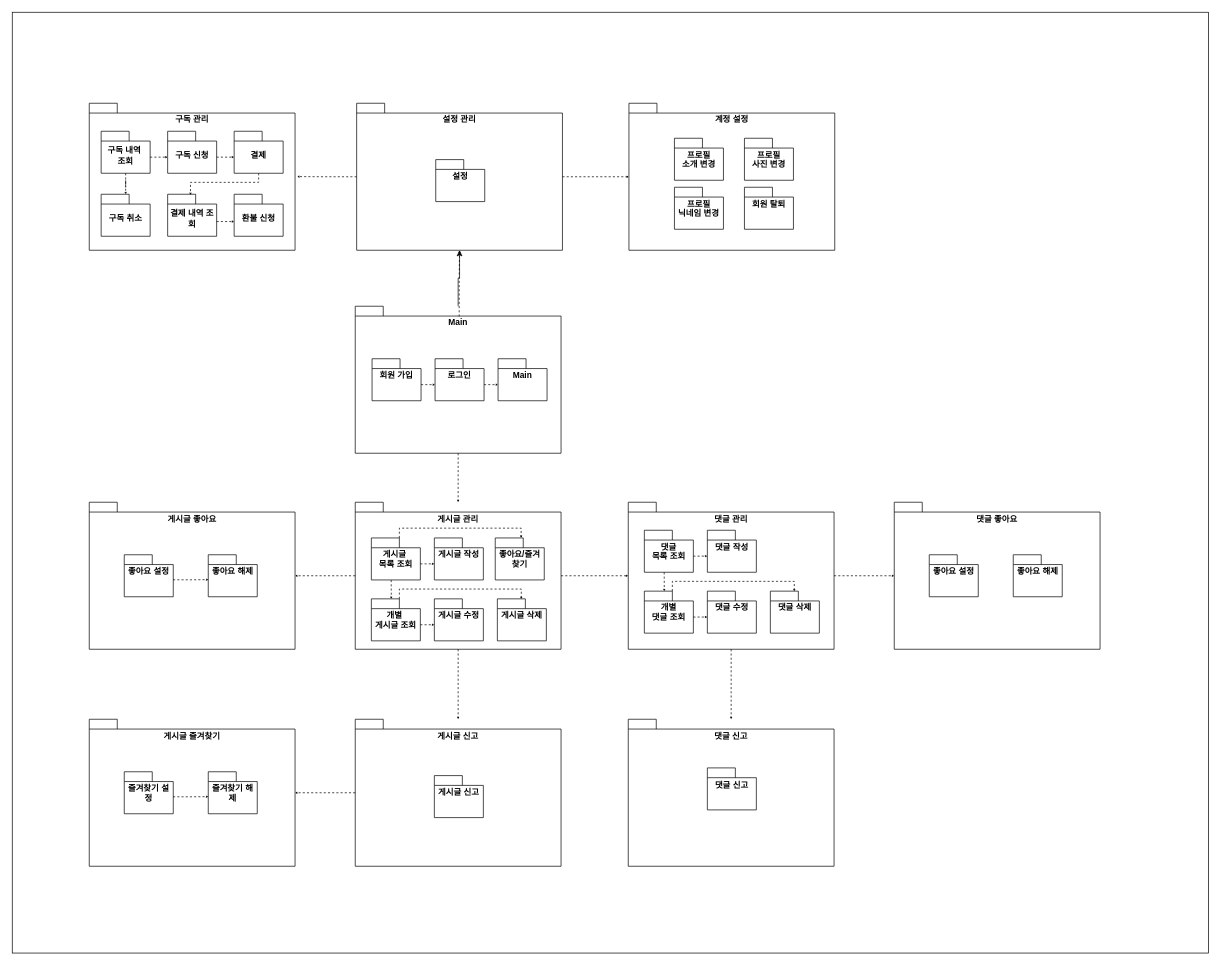
Earlier version of the draw.io diagram sloweat/sloweat_package_structure(user).drawio (his8457/diagram). Source tidied: cells renumbered, new cells numbered last; positions are measured from the earlier drawing's top-left corner, leaving out a move shared by most shapes. Both pictures are drawn from the tidied source at 70%, with x=0, y=0 at pixel (12, 12).
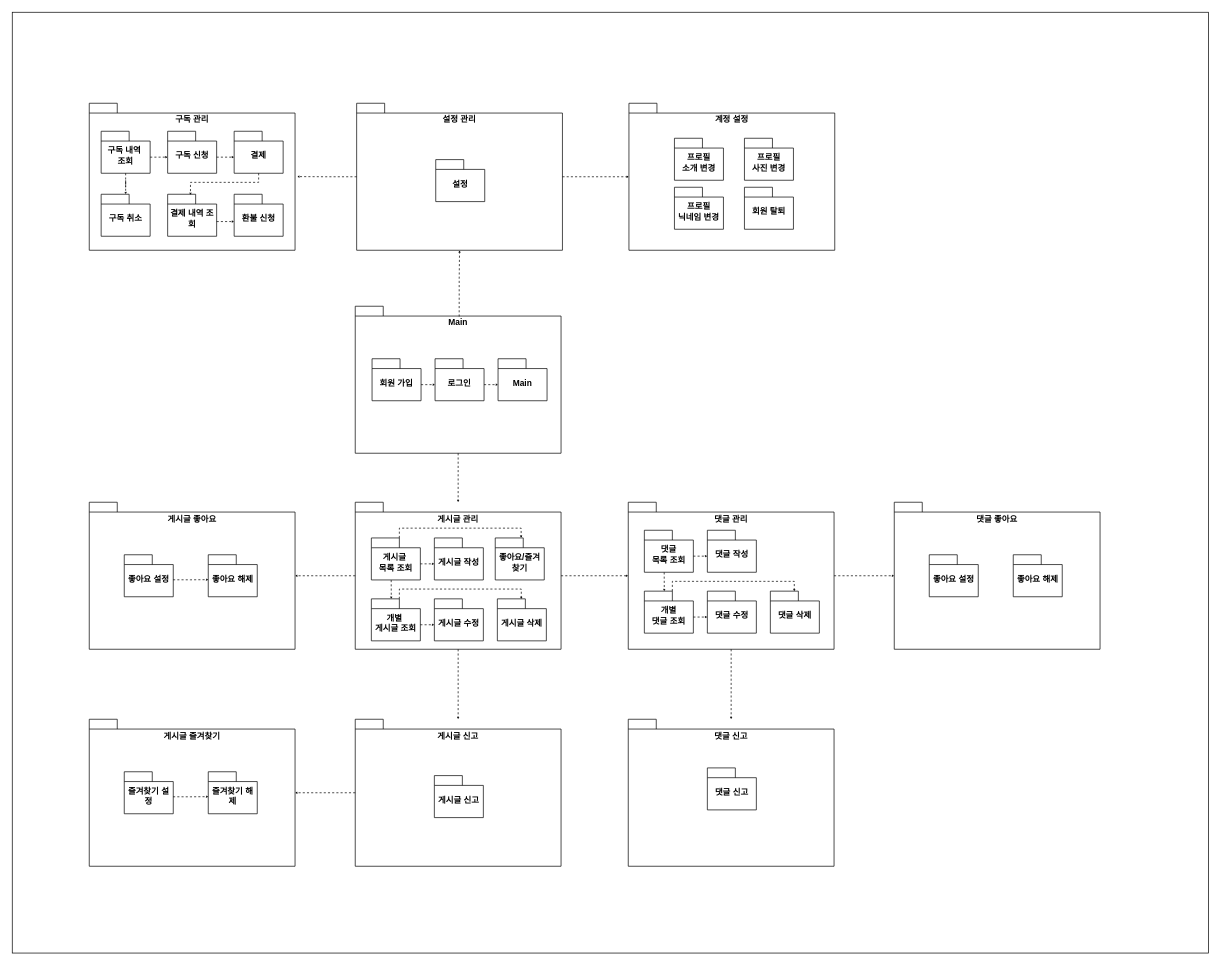
The same page after the edit.

The change refers to these unchanged cells:
```xml
<mxCell id="29" value="Main" style="shape=folder;fontStyle=1;spacingTop=10;tabWidth=40;tabHeight=14;tabPosition=left;html=1;whiteSpace=wrap;verticalAlign=top;strokeColor=light-dark(#000000,#000000);align=center;fontFamily=Helvetica;fontSize=12;fontColor=light-dark(#000000,#000000);fillColor=none;" parent="1" vertex="1">
  <mxGeometry x="490" y="420" width="294" height="210" as="geometry" />
</mxCell>
<mxCell id="54" value="설정 관리" style="shape=folder;fontStyle=1;spacingTop=10;tabWidth=40;tabHeight=14;tabPosition=left;html=1;whiteSpace=wrap;verticalAlign=top;strokeColor=light-dark(#000000,#000000);fontColor=light-dark(#000000,#000000);fillColor=none;align=center;fontFamily=Helvetica;fontSize=12;" parent="1" vertex="1">
  <mxGeometry x="492" y="130" width="294" height="210" as="geometry" />
</mxCell>
```

Diff of the diagram source:
```diff
@@
+    <mxCell id="47" value="댓글 좋아요" style="shape=folder;fontStyle=1;spacingTop=10;tabWidth=40;tabHeight=14;tabPosition=left;html=1;whiteSpace=wrap;verticalAlign=top;strokeColor=light-dark(#000000,#000000);align=center;fontFamily=Helvetica;fontSize=12;fontColor=light-dark(#000000,#000000);fillColor=none;" parent="1" vertex="1">
+      <mxGeometry x="1260" y="700" width="294" height="210" as="geometry" />
+    </mxCell>
@@
-    <mxCell id="7" value="게시글&amp;nbsp;&lt;div&gt;목록 조회&lt;/div&gt;" style="shape=folder;fontStyle=1;spacingTop=10;tabWidth=40;tabHeight=14;tabPosition=left;html=1;whiteSpace=wrap;verticalAlign=top;fontSize=12;strokeColor=light-dark(#000000,#000000);align=center;fontFamily=Helvetica;fontColor=light-dark(#000000,#000000);fillColor=none;" parent="1" vertex="1">
+    <mxCell id="7" value="게시글&amp;nbsp;&lt;div&gt;목록 조회&lt;/div&gt;" style="shape=folder;fontStyle=1;spacingTop=10;tabWidth=40;tabHeight=14;tabPosition=left;html=1;whiteSpace=wrap;verticalAlign=middle;fontSize=12;strokeColor=light-dark(#000000,#000000);align=center;fontFamily=Helvetica;fontColor=light-dark(#000000,#000000);fillColor=none;" parent="1" vertex="1">
       <mxGeometry x="513" y="751" width="70" height="60" as="geometry" />
     </mxCell>
-    <mxCell id="8" value="게시글 작성" style="shape=folder;fontStyle=1;spacingTop=10;tabWidth=40;tabHeight=14;tabPosition=left;html=1;whiteSpace=wrap;verticalAlign=top;fontSize=12;strokeColor=light-dark(#000000,#000000);align=center;fontFamily=Helvetica;fontColor=light-dark(#000000,#000000);fillColor=none;" parent="1" vertex="1">
+    <mxCell id="8" value="게시글 작성" style="shape=folder;fontStyle=1;spacingTop=10;tabWidth=40;tabHeight=14;tabPosition=left;html=1;whiteSpace=wrap;verticalAlign=middle;fontSize=12;strokeColor=light-dark(#000000,#000000);align=center;fontFamily=Helvetica;fontColor=light-dark(#000000,#000000);fillColor=none;" parent="1" vertex="1">
       <mxGeometry x="603" y="751" width="70" height="60" as="geometry" />
     </mxCell>
-    <mxCell id="9" value="게시글 수정" style="shape=folder;fontStyle=1;spacingTop=10;tabWidth=40;tabHeight=14;tabPosition=left;html=1;whiteSpace=wrap;verticalAlign=top;fontSize=12;strokeColor=light-dark(#000000,#000000);align=center;fontFamily=Helvetica;fontColor=light-dark(#000000,#000000);fillColor=none;" parent="1" vertex="1">
+    <mxCell id="9" value="게시글 수정" style="shape=folder;fontStyle=1;spacingTop=10;tabWidth=40;tabHeight=14;tabPosition=left;html=1;whiteSpace=wrap;verticalAlign=middle;fontSize=12;strokeColor=light-dark(#000000,#000000);align=center;fontFamily=Helvetica;fontColor=light-dark(#000000,#000000);fillColor=none;" parent="1" vertex="1">
       <mxGeometry x="603" y="838" width="70" height="60" as="geometry" />
     </mxCell>
-    <mxCell id="10" value="개별&amp;nbsp;&lt;div&gt;게시글&amp;nbsp;&lt;span style=&quot;background-color: transparent; color: light-dark(rgb(0, 0, 0), rgb(255, 255, 255));&quot;&gt;조회&lt;/span&gt;&lt;/div&gt;" style="shape=folder;fontStyle=1;spacingTop=10;tabWidth=40;tabHeight=14;tabPosition=left;html=1;whiteSpace=wrap;verticalAlign=top;fontSize=12;strokeColor=light-dark(#000000,#000000);align=center;fontFamily=Helvetica;fontColor=light-dark(#000000,#000000);fillColor=none;" parent="1" vertex="1">
+    <mxCell id="10" value="개별&amp;nbsp;&lt;div&gt;게시글&amp;nbsp;&lt;span style=&quot;background-color: transparent; color: light-dark(rgb(0, 0, 0), rgb(255, 255, 255));&quot;&gt;조회&lt;/span&gt;&lt;/div&gt;" style="shape=folder;fontStyle=1;spacingTop=10;tabWidth=40;tabHeight=14;tabPosition=left;html=1;whiteSpace=wrap;verticalAlign=middle;fontSize=12;strokeColor=light-dark(#000000,#000000);align=center;fontFamily=Helvetica;fontColor=light-dark(#000000,#000000);fillColor=none;" parent="1" vertex="1">
       <mxGeometry x="513" y="838" width="70" height="60" as="geometry" />
     </mxCell>
-    <mxCell id="11" value="게시글 삭제" style="shape=folder;fontStyle=1;spacingTop=10;tabWidth=40;tabHeight=14;tabPosition=left;html=1;whiteSpace=wrap;verticalAlign=top;fontSize=12;strokeColor=light-dark(#000000,#000000);align=center;fontFamily=Helvetica;fontColor=light-dark(#000000,#000000);fillColor=none;" parent="1" vertex="1">
+    <mxCell id="11" value="게시글 삭제" style="shape=folder;fontStyle=1;spacingTop=10;tabWidth=40;tabHeight=14;tabPosition=left;html=1;whiteSpace=wrap;verticalAlign=middle;fontSize=12;strokeColor=light-dark(#000000,#000000);align=center;fontFamily=Helvetica;fontColor=light-dark(#000000,#000000);fillColor=none;" parent="1" vertex="1">
       <mxGeometry x="693" y="838" width="70" height="60" as="geometry" />
     </mxCell>
@@
-    <mxCell id="19" value="댓글&lt;br&gt;&lt;div&gt;목록 조회&lt;/div&gt;" style="shape=folder;fontStyle=1;spacingTop=10;tabWidth=40;tabHeight=14;tabPosition=left;html=1;whiteSpace=wrap;verticalAlign=top;fontSize=12;strokeColor=light-dark(#000000,#000000);align=center;fontFamily=Helvetica;fontColor=light-dark(#000000,#000000);fillColor=none;" parent="1" vertex="1">
+    <mxCell id="19" value="댓글&lt;br&gt;&lt;div&gt;목록 조회&lt;/div&gt;" style="shape=folder;fontStyle=1;spacingTop=10;tabWidth=40;tabHeight=14;tabPosition=left;html=1;whiteSpace=wrap;verticalAlign=middle;fontSize=12;strokeColor=light-dark(#000000,#000000);align=center;fontFamily=Helvetica;fontColor=light-dark(#000000,#000000);fillColor=none;" parent="1" vertex="1">
       <mxGeometry x="903" y="740" width="70" height="60" as="geometry" />
     </mxCell>
-    <mxCell id="20" value="댓글 작성" style="shape=folder;fontStyle=1;spacingTop=10;tabWidth=40;tabHeight=14;tabPosition=left;html=1;whiteSpace=wrap;verticalAlign=top;fontSize=12;strokeColor=light-dark(#000000,#000000);align=center;fontFamily=Helvetica;fontColor=light-dark(#000000,#000000);fillColor=none;" parent="1" vertex="1">
+    <mxCell id="20" value="댓글 작성" style="shape=folder;fontStyle=1;spacingTop=10;tabWidth=40;tabHeight=14;tabPosition=left;html=1;whiteSpace=wrap;verticalAlign=middle;fontSize=12;strokeColor=light-dark(#000000,#000000);align=center;fontFamily=Helvetica;fontColor=light-dark(#000000,#000000);fillColor=none;" parent="1" vertex="1">
       <mxGeometry x="993" y="740" width="70" height="60" as="geometry" />
     </mxCell>
-    <mxCell id="21" value="댓글 수정" style="shape=folder;fontStyle=1;spacingTop=10;tabWidth=40;tabHeight=14;tabPosition=left;html=1;whiteSpace=wrap;verticalAlign=top;fontSize=12;strokeColor=light-dark(#000000,#000000);align=center;fontFamily=Helvetica;fontColor=light-dark(#000000,#000000);fillColor=none;" parent="1" vertex="1">
+    <mxCell id="21" value="댓글 수정" style="shape=folder;fontStyle=1;spacingTop=10;tabWidth=40;tabHeight=14;tabPosition=left;html=1;whiteSpace=wrap;verticalAlign=middle;fontSize=12;strokeColor=light-dark(#000000,#000000);align=center;fontFamily=Helvetica;fontColor=light-dark(#000000,#000000);fillColor=none;" parent="1" vertex="1">
       <mxGeometry x="993" y="827" width="70" height="60" as="geometry" />
     </mxCell>
-    <mxCell id="22" value="개별&lt;br&gt;&lt;div&gt;댓글&amp;nbsp;&lt;span style=&quot;background-color: transparent; color: light-dark(rgb(0, 0, 0), rgb(255, 255, 255));&quot;&gt;조회&lt;/span&gt;&lt;/div&gt;" style="shape=folder;fontStyle=1;spacingTop=10;tabWidth=40;tabHeight=14;tabPosition=left;html=1;whiteSpace=wrap;verticalAlign=top;fontSize=12;strokeColor=light-dark(#000000,#000000);align=center;fontFamily=Helvetica;fontColor=light-dark(#000000,#000000);fillColor=none;" parent="1" vertex="1">
+    <mxCell id="22" value="개별&lt;br&gt;&lt;div&gt;댓글&amp;nbsp;&lt;span style=&quot;background-color: transparent; color: light-dark(rgb(0, 0, 0), rgb(255, 255, 255));&quot;&gt;조회&lt;/span&gt;&lt;/div&gt;" style="shape=folder;fontStyle=1;spacingTop=10;tabWidth=40;tabHeight=14;tabPosition=left;html=1;whiteSpace=wrap;verticalAlign=middle;fontSize=12;strokeColor=light-dark(#000000,#000000);align=center;fontFamily=Helvetica;fontColor=light-dark(#000000,#000000);fillColor=none;" parent="1" vertex="1">
       <mxGeometry x="903" y="827" width="70" height="60" as="geometry" />
     </mxCell>
-    <mxCell id="23" value="댓글 삭제" style="shape=folder;fontStyle=1;spacingTop=10;tabWidth=40;tabHeight=14;tabPosition=left;html=1;whiteSpace=wrap;verticalAlign=top;fontSize=12;strokeColor=light-dark(#000000,#000000);align=center;fontFamily=Helvetica;fontColor=light-dark(#000000,#000000);fillColor=none;" parent="1" vertex="1">
+    <mxCell id="23" value="댓글 삭제" style="shape=folder;fontStyle=1;spacingTop=10;tabWidth=40;tabHeight=14;tabPosition=left;html=1;whiteSpace=wrap;verticalAlign=middle;fontSize=12;strokeColor=light-dark(#000000,#000000);align=center;fontFamily=Helvetica;fontColor=light-dark(#000000,#000000);fillColor=none;" parent="1" vertex="1">
       <mxGeometry x="1083" y="827" width="70" height="60" as="geometry" />
     </mxCell>
@@
-    <mxCell id="30" value="로그인" style="shape=folder;fontStyle=1;spacingTop=10;tabWidth=40;tabHeight=14;tabPosition=left;html=1;whiteSpace=wrap;verticalAlign=top;fontSize=12;strokeColor=light-dark(#000000,#000000);align=center;fontFamily=Helvetica;fontColor=light-dark(#000000,#000000);fillColor=none;" parent="1" vertex="1">
+    <mxCell id="30" value="로그인" style="shape=folder;fontStyle=1;spacingTop=10;tabWidth=40;tabHeight=14;tabPosition=left;html=1;whiteSpace=wrap;verticalAlign=middle;fontSize=12;strokeColor=light-dark(#000000,#000000);align=center;fontFamily=Helvetica;fontColor=light-dark(#000000,#000000);fillColor=none;" parent="1" vertex="1">
       <mxGeometry x="604" y="495" width="70" height="60" as="geometry" />
     </mxCell>
-    <mxCell id="31" value="Main" style="shape=folder;fontStyle=1;spacingTop=10;tabWidth=40;tabHeight=14;tabPosition=left;html=1;whiteSpace=wrap;verticalAlign=top;fontSize=12;strokeColor=light-dark(#000000,#000000);align=center;fontFamily=Helvetica;fontColor=light-dark(#000000,#000000);fillColor=none;" parent="1" vertex="1">
+    <mxCell id="31" value="Main" style="shape=folder;fontStyle=1;spacingTop=10;tabWidth=40;tabHeight=14;tabPosition=left;html=1;whiteSpace=wrap;verticalAlign=middle;fontSize=12;strokeColor=light-dark(#000000,#000000);align=center;fontFamily=Helvetica;fontColor=light-dark(#000000,#000000);fillColor=none;" parent="1" vertex="1">
       <mxGeometry x="694" y="495" width="70" height="60" as="geometry" />
     </mxCell>
@@
-    <mxCell id="34" value="회원 가입" style="shape=folder;fontStyle=1;spacingTop=10;tabWidth=40;tabHeight=14;tabPosition=left;html=1;whiteSpace=wrap;verticalAlign=top;fontSize=12;strokeColor=light-dark(#000000,#000000);align=center;fontFamily=Helvetica;fontColor=light-dark(#000000,#000000);fillColor=none;" parent="1" vertex="1">
+    <mxCell id="34" value="회원 가입" style="shape=folder;fontStyle=1;spacingTop=10;tabWidth=40;tabHeight=14;tabPosition=left;html=1;whiteSpace=wrap;verticalAlign=middle;fontSize=12;strokeColor=light-dark(#000000,#000000);align=center;fontFamily=Helvetica;fontColor=light-dark(#000000,#000000);fillColor=none;" parent="1" vertex="1">
       <mxGeometry x="514" y="495" width="70" height="60" as="geometry" />
     </mxCell>
-    <mxCell id="35" value="좋아요/즐겨찾기" style="shape=folder;fontStyle=1;spacingTop=10;tabWidth=40;tabHeight=14;tabPosition=left;html=1;whiteSpace=wrap;verticalAlign=top;fontSize=12;strokeColor=light-dark(#000000,#000000);align=center;fontFamily=Helvetica;fontColor=light-dark(#000000,#000000);fillColor=none;" parent="1" vertex="1">
+    <mxCell id="35" value="좋아요/즐겨찾기" style="shape=folder;fontStyle=1;spacingTop=10;tabWidth=40;tabHeight=14;tabPosition=left;html=1;whiteSpace=wrap;verticalAlign=middle;fontSize=12;strokeColor=light-dark(#000000,#000000);align=center;fontFamily=Helvetica;fontColor=light-dark(#000000,#000000);fillColor=none;" parent="1" vertex="1">
       <mxGeometry x="690" y="751" width="70" height="60" as="geometry" />
     </mxCell>
@@
-    <mxCell id="39" value="게시글 신고" style="shape=folder;fontStyle=1;spacingTop=10;tabWidth=40;tabHeight=14;tabPosition=left;html=1;whiteSpace=wrap;verticalAlign=top;fontSize=12;strokeColor=light-dark(#000000,#000000);align=center;fontFamily=Helvetica;fontColor=light-dark(#000000,#000000);fillColor=none;" parent="1" vertex="1">
+    <mxCell id="39" value="게시글 신고" style="shape=folder;fontStyle=1;spacingTop=10;tabWidth=40;tabHeight=14;tabPosition=left;html=1;whiteSpace=wrap;verticalAlign=middle;fontSize=12;strokeColor=light-dark(#000000,#000000);align=center;fontFamily=Helvetica;fontColor=light-dark(#000000,#000000);fillColor=none;" parent="1" vertex="1">
       <mxGeometry x="603" y="1090.5" width="70" height="60" as="geometry" />
     </mxCell>
@@
-    <mxCell id="41" value="댓글 신고" style="shape=folder;fontStyle=1;spacingTop=10;tabWidth=40;tabHeight=14;tabPosition=left;html=1;whiteSpace=wrap;verticalAlign=top;fontSize=12;strokeColor=light-dark(#000000,#000000);align=center;fontFamily=Helvetica;fontColor=light-dark(#000000,#000000);fillColor=none;" parent="1" vertex="1">
+    <mxCell id="41" value="댓글 신고" style="shape=folder;fontStyle=1;spacingTop=10;tabWidth=40;tabHeight=14;tabPosition=left;html=1;whiteSpace=wrap;verticalAlign=middle;fontSize=12;strokeColor=light-dark(#000000,#000000);align=center;fontFamily=Helvetica;fontColor=light-dark(#000000,#000000);fillColor=none;" parent="1" vertex="1">
       <mxGeometry x="993" y="1079.5" width="70" height="60" as="geometry" />
     </mxCell>
@@
-    <mxCell id="43" value="좋아요 설정" style="shape=folder;fontStyle=1;spacingTop=10;tabWidth=40;tabHeight=14;tabPosition=left;html=1;whiteSpace=wrap;verticalAlign=top;fontSize=12;strokeColor=light-dark(#000000,#000000);align=center;fontFamily=Helvetica;fontColor=light-dark(#000000,#000000);fillColor=none;" parent="1" vertex="1">
+    <mxCell id="43" value="좋아요 설정" style="shape=folder;fontStyle=1;spacingTop=10;tabWidth=40;tabHeight=14;tabPosition=left;html=1;whiteSpace=wrap;verticalAlign=middle;fontSize=12;strokeColor=light-dark(#000000,#000000);align=center;fontFamily=Helvetica;fontColor=light-dark(#000000,#000000);fillColor=none;" parent="1" vertex="1">
       <mxGeometry x="160" y="775" width="70" height="60" as="geometry" />
     </mxCell>
-    <mxCell id="44" value="좋아요 해제" style="shape=folder;fontStyle=1;spacingTop=10;tabWidth=40;tabHeight=14;tabPosition=left;html=1;whiteSpace=wrap;verticalAlign=top;fontSize=12;strokeColor=light-dark(#000000,#000000);align=center;fontFamily=Helvetica;fontColor=light-dark(#000000,#000000);fillColor=none;" parent="1" vertex="1">
+    <mxCell id="44" value="좋아요 해제" style="shape=folder;fontStyle=1;spacingTop=10;tabWidth=40;tabHeight=14;tabPosition=left;html=1;whiteSpace=wrap;verticalAlign=middle;fontSize=12;strokeColor=light-dark(#000000,#000000);align=center;fontFamily=Helvetica;fontColor=light-dark(#000000,#000000);fillColor=none;" parent="1" vertex="1">
       <mxGeometry x="280" y="775" width="70" height="60" as="geometry" />
     </mxCell>
-    <mxCell id="45" value="좋아요 해제" style="shape=folder;fontStyle=1;spacingTop=10;tabWidth=40;tabHeight=14;tabPosition=left;html=1;whiteSpace=wrap;verticalAlign=top;fontSize=12;strokeColor=light-dark(#000000,#000000);align=center;fontFamily=Helvetica;fontColor=light-dark(#000000,#000000);fillColor=none;" parent="1" vertex="1">
+    <mxCell id="45" value="좋아요 해제" style="shape=folder;fontStyle=1;spacingTop=10;tabWidth=40;tabHeight=14;tabPosition=left;html=1;whiteSpace=wrap;verticalAlign=middle;fontSize=12;strokeColor=light-dark(#000000,#000000);align=center;fontFamily=Helvetica;fontColor=light-dark(#000000,#000000);fillColor=none;" parent="1" vertex="1">
       <mxGeometry x="1430" y="775" width="70" height="60" as="geometry" />
     </mxCell>
-    <mxCell id="46" value="좋아요 설정" style="shape=folder;fontStyle=1;spacingTop=10;tabWidth=40;tabHeight=14;tabPosition=left;html=1;whiteSpace=wrap;verticalAlign=top;fontSize=12;strokeColor=light-dark(#000000,#000000);align=center;fontFamily=Helvetica;fontColor=light-dark(#000000,#000000);fillColor=none;" parent="1" vertex="1">
+    <mxCell id="46" value="좋아요 설정" style="shape=folder;fontStyle=1;spacingTop=10;tabWidth=40;tabHeight=14;tabPosition=left;html=1;whiteSpace=wrap;verticalAlign=middle;fontSize=12;strokeColor=light-dark(#000000,#000000);align=center;fontFamily=Helvetica;fontColor=light-dark(#000000,#000000);fillColor=none;" parent="1" vertex="1">
       <mxGeometry x="1310" y="775" width="70" height="60" as="geometry" />
     </mxCell>
-    <mxCell id="47" value="댓글 좋아요" style="shape=folder;fontStyle=1;spacingTop=10;tabWidth=40;tabHeight=14;tabPosition=left;html=1;whiteSpace=wrap;verticalAlign=top;strokeColor=light-dark(#000000,#000000);align=center;fontFamily=Helvetica;fontSize=12;fontColor=light-dark(#000000,#000000);fillColor=none;" parent="1" vertex="1">
-      <mxGeometry x="1260" y="700" width="294" height="210" as="geometry" />
-    </mxCell>
@@
-    <mxCell id="50" value="즐겨찾기 설정" style="shape=folder;fontStyle=1;spacingTop=10;tabWidth=40;tabHeight=14;tabPosition=left;html=1;whiteSpace=wrap;verticalAlign=top;fontSize=12;strokeColor=light-dark(#000000,#000000);align=center;fontFamily=Helvetica;fontColor=light-dark(#000000,#000000);fillColor=none;" parent="1" vertex="1">
+    <mxCell id="50" value="즐겨찾기 설정" style="shape=folder;fontStyle=1;spacingTop=10;tabWidth=40;tabHeight=14;tabPosition=left;html=1;whiteSpace=wrap;verticalAlign=middle;fontSize=12;strokeColor=light-dark(#000000,#000000);align=center;fontFamily=Helvetica;fontColor=light-dark(#000000,#000000);fillColor=none;" parent="1" vertex="1">
       <mxGeometry x="160" y="1085" width="70" height="60" as="geometry" />
     </mxCell>
-    <mxCell id="51" value="즐겨찾기 해제" style="shape=folder;fontStyle=1;spacingTop=10;tabWidth=40;tabHeight=14;tabPosition=left;html=1;whiteSpace=wrap;verticalAlign=top;fontSize=12;strokeColor=light-dark(#000000,#000000);align=center;fontFamily=Helvetica;fontColor=light-dark(#000000,#000000);fillColor=none;" parent="1" vertex="1">
+    <mxCell id="51" value="즐겨찾기 해제" style="shape=folder;fontStyle=1;spacingTop=10;tabWidth=40;tabHeight=14;tabPosition=left;html=1;whiteSpace=wrap;verticalAlign=middle;fontSize=12;strokeColor=light-dark(#000000,#000000);align=center;fontFamily=Helvetica;fontColor=light-dark(#000000,#000000);fillColor=none;" parent="1" vertex="1">
       <mxGeometry x="280" y="1085" width="70" height="60" as="geometry" />
     </mxCell>
@@
-    <mxCell id="55" value="설정" style="shape=folder;fontStyle=1;spacingTop=10;tabWidth=40;tabHeight=14;tabPosition=left;html=1;whiteSpace=wrap;verticalAlign=top;fontSize=12;strokeColor=light-dark(#000000,#000000);align=center;fontFamily=Helvetica;fontColor=light-dark(#000000,#000000);fillColor=none;" parent="1" vertex="1">
+    <mxCell id="55" value="설정" style="shape=folder;fontStyle=1;spacingTop=10;tabWidth=40;tabHeight=14;tabPosition=left;html=1;whiteSpace=wrap;verticalAlign=middle;fontSize=12;strokeColor=light-dark(#000000,#000000);align=center;fontFamily=Helvetica;fontColor=light-dark(#000000,#000000);fillColor=none;" parent="1" vertex="1">
       <mxGeometry x="605" y="210.5" width="70" height="60" as="geometry" />
     </mxCell>
@@
-    <mxCell id="60" value="프로필&lt;br&gt;소개 변경" style="shape=folder;fontStyle=1;spacingTop=10;tabWidth=40;tabHeight=14;tabPosition=left;html=1;whiteSpace=wrap;verticalAlign=top;fontSize=12;strokeColor=light-dark(#000000,#000000);align=center;fontFamily=Helvetica;fontColor=light-dark(#000000,#000000);fillColor=none;" parent="1" vertex="1">
+    <mxCell id="60" value="프로필&lt;br&gt;소개 변경" style="shape=folder;fontStyle=1;spacingTop=10;tabWidth=40;tabHeight=14;tabPosition=left;html=1;whiteSpace=wrap;verticalAlign=middle;fontSize=12;strokeColor=light-dark(#000000,#000000);align=center;fontFamily=Helvetica;fontColor=light-dark(#000000,#000000);fillColor=none;" parent="1" vertex="1">
       <mxGeometry x="946" y="180" width="70" height="60" as="geometry" />
     </mxCell>
@@
-    <mxCell id="70" value="프로필&lt;br&gt;사진 변경" style="shape=folder;fontStyle=1;spacingTop=10;tabWidth=40;tabHeight=14;tabPosition=left;html=1;whiteSpace=wrap;verticalAlign=top;fontSize=12;strokeColor=light-dark(#000000,#000000);align=center;fontFamily=Helvetica;fontColor=light-dark(#000000,#000000);fillColor=none;" parent="1" vertex="1">
+    <mxCell id="70" value="프로필&lt;br&gt;사진 변경" style="shape=folder;fontStyle=1;spacingTop=10;tabWidth=40;tabHeight=14;tabPosition=left;html=1;whiteSpace=wrap;verticalAlign=middle;fontSize=12;strokeColor=light-dark(#000000,#000000);align=center;fontFamily=Helvetica;fontColor=light-dark(#000000,#000000);fillColor=none;" parent="1" vertex="1">
       <mxGeometry x="1046" y="180" width="70" height="60" as="geometry" />
     </mxCell>
-    <mxCell id="71" value="프로필&lt;br&gt;닉네임 변경" style="shape=folder;fontStyle=1;spacingTop=10;tabWidth=40;tabHeight=14;tabPosition=left;html=1;whiteSpace=wrap;verticalAlign=top;fontSize=12;strokeColor=light-dark(#000000,#000000);align=center;fontFamily=Helvetica;fontColor=light-dark(#000000,#000000);fillColor=none;" parent="1" vertex="1">
+    <mxCell id="71" value="프로필&lt;br&gt;닉네임 변경" style="shape=folder;fontStyle=1;spacingTop=10;tabWidth=40;tabHeight=14;tabPosition=left;html=1;whiteSpace=wrap;verticalAlign=middle;fontSize=12;strokeColor=light-dark(#000000,#000000);align=center;fontFamily=Helvetica;fontColor=light-dark(#000000,#000000);fillColor=none;" parent="1" vertex="1">
       <mxGeometry x="946" y="250" width="70" height="60" as="geometry" />
     </mxCell>
-    <mxCell id="72" value="회원 탈퇴" style="shape=folder;fontStyle=1;spacingTop=10;tabWidth=40;tabHeight=14;tabPosition=left;html=1;whiteSpace=wrap;verticalAlign=top;fontSize=12;strokeColor=light-dark(#000000,#000000);align=center;fontFamily=Helvetica;fontColor=light-dark(#000000,#000000);fillColor=none;" parent="1" vertex="1">
+    <mxCell id="72" value="회원 탈퇴" style="shape=folder;fontStyle=1;spacingTop=10;tabWidth=40;tabHeight=14;tabPosition=left;html=1;whiteSpace=wrap;verticalAlign=middle;fontSize=12;strokeColor=light-dark(#000000,#000000);align=center;fontFamily=Helvetica;fontColor=light-dark(#000000,#000000);fillColor=none;" parent="1" vertex="1">
       <mxGeometry x="1046" y="250" width="70" height="60" as="geometry" />
     </mxCell>
-    <mxCell id="73" style="edgeStyle=orthogonalEdgeStyle;rounded=0;jettySize=auto;html=1;entryX=0.5;entryY=1;entryDx=0;entryDy=0;entryPerimeter=0;" parent="1" edge="1" source="29" target="54">
-      <mxGeometry relative="1" as="geometry" />
-    </mxCell>
```
